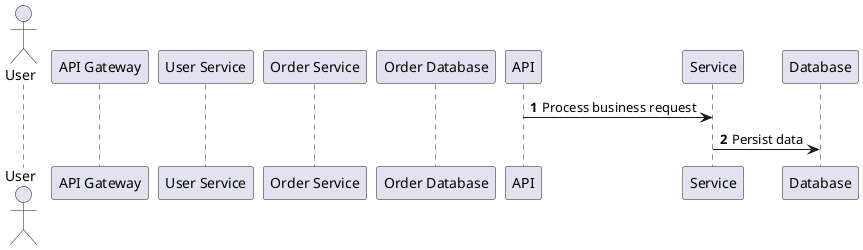
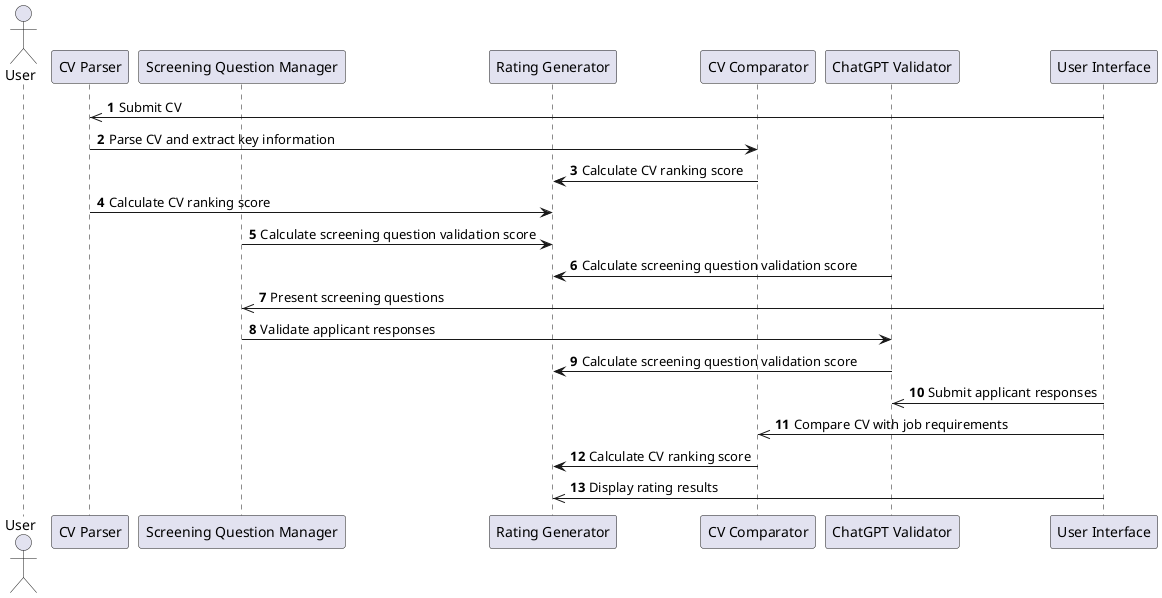
@startuml
autonumber
actor User
- participant "API Gateway" as APIGateway
- participant "User Service" as UserService
- participant "Order Service" as OrderService
- participant "Order Database" as OrderDatabase
- API -> Service : Process business request
- Service -> Database : Persist data
+ participant "CV Parser" as CVParser
+ participant "Screening Question Manager" as ScreeningQuestionManager
+ participant "Rating Generator" as RatingGenerator
+ participant "CV Comparator" as CVComparator
+ participant "ChatGPT Validator" as ChatGPTValidator
+ participant "User Interface" as UserInterface
+ UserInterface ->> CVParser : Submit CV
+ CVParser -> CVComparator : Parse CV and extract key information
+ CVComparator -> RatingGenerator : Calculate CV ranking score
+ CVParser -> RatingGenerator : Calculate CV ranking score
+ ScreeningQuestionManager -> RatingGenerator : Calculate screening question validation score
+ ChatGPTValidator -> RatingGenerator : Calculate screening question validation score
+ UserInterface ->> ScreeningQuestionManager : Present screening questions
+ ScreeningQuestionManager -> ChatGPTValidator : Validate applicant responses
+ ChatGPTValidator -> RatingGenerator : Calculate screening question validation score
+ UserInterface ->> ChatGPTValidator : Submit applicant responses
+ UserInterface ->> CVComparator : Compare CV with job requirements
+ CVComparator -> RatingGenerator : Calculate CV ranking score
+ UserInterface ->> RatingGenerator : Display rating results
@enduml